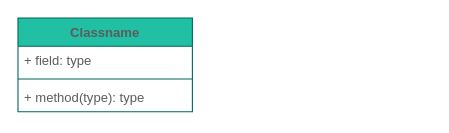
This is Untitled Diagram.drawio from peng6677/bucket-bloom-filter, a draw.io file, before an edit. Source tidied: cells renumbered, new cells numbered last; positions are measured from the earlier drawing's top-left corner, leaving out a move shared by most shapes. Both pictures are drawn from the tidied source at 109%, with x=0, y=0 at pixel (17, 17).
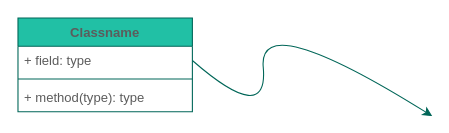
After the change.

Diff of the diagram source:
```diff
@@
 <mxGraphModel>
   <root>
     <mxCell id="0" />
     <mxCell id="1" parent="0" />
     <mxCell id="2" value="Classname" style="swimlane;fontStyle=1;align=center;verticalAlign=top;horizontal=1;startSize=26;fillColor=#21C0A5;strokeColor=#006658;fontColor=#5C5C5C;" parent="1" vertex="1">
       <mxGeometry width="160" height="86" as="geometry" />
     </mxCell>
     <mxCell id="3" value="+ field: type" style="text;strokeColor=none;fillColor=none;align=left;verticalAlign=top;spacingLeft=4;spacingRight=4;overflow=hidden;points=[[0,0.5],[1,0.5]];portConstraint=eastwest;fontColor=#5C5C5C;" parent="2" vertex="1">
       <mxGeometry y="26" width="160" height="26" as="geometry" />
     </mxCell>
     <mxCell id="4" style="line;strokeWidth=1;fillColor=none;align=left;verticalAlign=middle;spacingTop=-1;spacingLeft=3;spacingRight=3;labelPosition=right;strokeColor=#006658;fontColor=#5C5C5C;" parent="2" vertex="1">
       <mxGeometry y="52" width="160" height="8" as="geometry" />
     </mxCell>
     <mxCell id="5" value="+ method(type): type" style="text;strokeColor=none;fillColor=none;align=left;verticalAlign=top;spacingLeft=4;spacingRight=4;overflow=hidden;fontColor=#5C5C5C;" parent="2" vertex="1">
       <mxGeometry y="60" width="160" height="26" as="geometry" />
     </mxCell>
+    <mxCell id="6" style="curved=1;endArrow=classic;html=1;strokeColor=#006658;fillColor=#21C0A5;fontColor=#5C5C5C;exitX=1;exitY=0.5;exitDx=0;exitDy=0;" parent="1" edge="1" source="3">
+      <mxGeometry relative="1" as="geometry">
+        <mxPoint x="380" y="90" as="targetPoint" />
+        <Array as="points">
+          <mxPoint x="230" y="100" />
+          <mxPoint x="220" y="-10" />
+        </Array>
+      </mxGeometry>
+    </mxCell>
   </root>
 </mxGraphModel>
```
